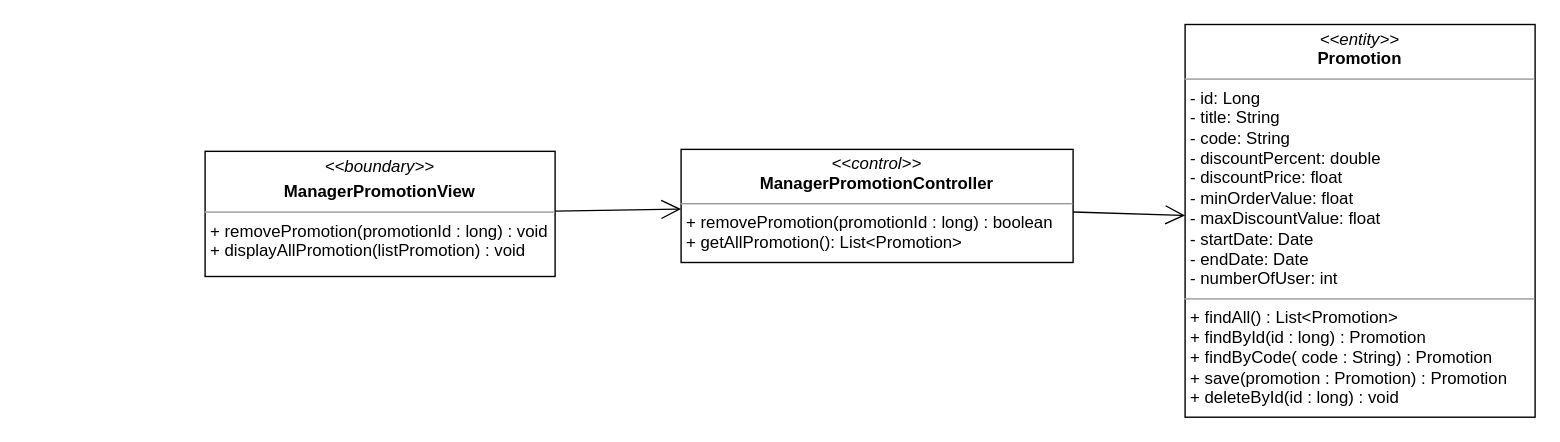
nguyenphamvan/datn_20202 keeps this draw.io diagram as class diagram/remove-promotion-class-diagram.drawio. Above is the earlier version. Source tidied: cells renumbered, new cells numbered last; positions are measured from the earlier drawing's top-left corner, leaving out a move shared by most shapes. Both pictures are drawn from the tidied source at 140%, with x=0, y=0 at pixel (204, 24).
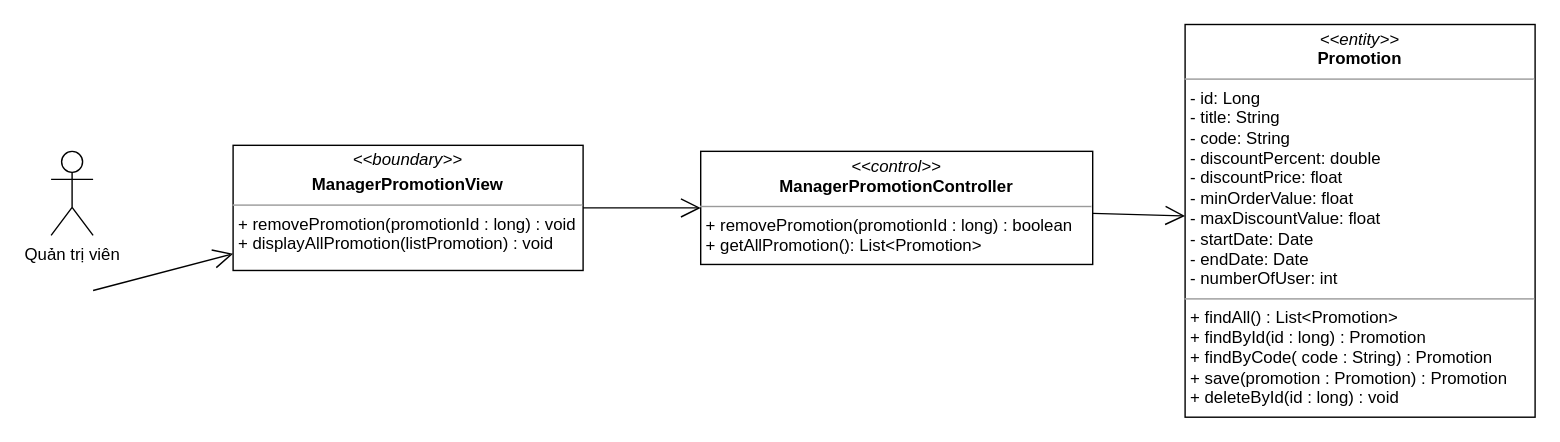
The same diagram, later.

The edit, as a diff of the source:
```diff
@@
 <mxGraphModel>
   <root>
     <mxCell id="0" />
     <mxCell id="1" parent="0" />
     <mxCell id="2" value="&lt;p style=&quot;margin: 0px ; margin-top: 4px ; text-align: center&quot;&gt;&lt;i&gt;&amp;lt;&amp;lt;control&amp;gt;&amp;gt;&lt;/i&gt;&lt;br&gt;&lt;b&gt;ManagerPromotionController&lt;/b&gt;&lt;/p&gt;&lt;hr size=&quot;1&quot;&gt;&lt;p style=&quot;margin: 0px ; margin-left: 4px&quot;&gt;+ removePromotion(promotionId : long) : boolean&lt;br&gt;&lt;/p&gt;&lt;p style=&quot;margin: 0px ; margin-left: 4px&quot;&gt;+ getAllPromotion(): List&amp;lt;Promotion&amp;gt;&lt;br&gt;&lt;/p&gt;" style="verticalAlign=top;align=left;overflow=fill;fontSize=12;fontFamily=Helvetica;html=1;" parent="1" vertex="1">
-      <mxGeometry x="340" y="89.2" width="280" height="80.8" as="geometry" />
+      <mxGeometry x="354" y="90.6" width="280" height="80.8" as="geometry" />
     </mxCell>
     <mxCell id="3" style="endArrow=open;endFill=1;endSize=12;html=1;" parent="1" edge="1" source="2" target="4">
       <mxGeometry relative="1" as="geometry" />
     </mxCell>
     <mxCell id="4" value="&lt;p style=&quot;margin: 0px ; margin-top: 4px ; text-align: center&quot;&gt;&lt;i&gt;&amp;lt;&amp;lt;entity&amp;gt;&amp;gt;&lt;/i&gt;&lt;br&gt;&lt;b&gt;Promotion&lt;/b&gt;&lt;/p&gt;&lt;hr size=&quot;1&quot;&gt;&lt;p style=&quot;margin: 0px ; margin-left: 4px&quot;&gt;- id: Long&lt;/p&gt;&lt;p style=&quot;margin: 0px 0px 0px 4px&quot;&gt;- title: String&lt;br&gt;- code: String&lt;/p&gt;&lt;p style=&quot;margin: 0px 0px 0px 4px&quot;&gt;- discountPercent: double&lt;/p&gt;&lt;p style=&quot;margin: 0px 0px 0px 4px&quot;&gt;- discountPrice: float&lt;/p&gt;&lt;p style=&quot;margin: 0px 0px 0px 4px&quot;&gt;- minOrderValue: float&lt;/p&gt;&lt;p style=&quot;margin: 0px 0px 0px 4px&quot;&gt;- maxDiscountValue: float&lt;/p&gt;&lt;p style=&quot;margin: 0px 0px 0px 4px&quot;&gt;- startDate: Date&lt;/p&gt;&lt;p style=&quot;margin: 0px 0px 0px 4px&quot;&gt;- endDate: Date&lt;/p&gt;&lt;p style=&quot;margin: 0px 0px 0px 4px&quot;&gt;- numberOfUser: int&lt;span&gt;&amp;nbsp;&lt;/span&gt;&lt;/p&gt;&lt;hr size=&quot;1&quot;&gt;&lt;p style=&quot;margin: 0px 0px 0px 4px&quot;&gt;+ findAll() : List&amp;lt;Promotion&amp;gt;&lt;/p&gt;&lt;p style=&quot;margin: 0px 0px 0px 4px&quot;&gt;+ findById(id : long) : Promotion&lt;/p&gt;&lt;p style=&quot;margin: 0px 0px 0px 4px&quot;&gt;+ findByCode( code : String) : Promotion&lt;/p&gt;&lt;p style=&quot;margin: 0px 0px 0px 4px&quot;&gt;+ save(promotion : Promotion) : Promotion&lt;/p&gt;&lt;p style=&quot;margin: 0px 0px 0px 4px&quot;&gt;+ deleteById(id : long) : void&lt;/p&gt;" style="verticalAlign=top;align=left;overflow=fill;fontSize=12;fontFamily=Helvetica;html=1;" parent="1" vertex="1">
       <mxGeometry x="700" width="250" height="280.5" as="geometry" />
     </mxCell>
     <mxCell id="5" value="&lt;p style=&quot;margin: 0px ; margin-top: 4px ; text-align: center&quot;&gt;&lt;i&gt;&amp;lt;&amp;lt;boundary&amp;gt;&amp;gt;&lt;/i&gt;&lt;/p&gt;&lt;p style=&quot;margin: 0px ; margin-top: 4px ; text-align: center&quot;&gt;&lt;b&gt;ManagerPromotionView&lt;/b&gt;&lt;/p&gt;&lt;hr size=&quot;1&quot;&gt;&lt;p style=&quot;margin: 0px ; margin-left: 4px&quot;&gt;&lt;span&gt;+ removePromotion(promotionId : long) : void&lt;/span&gt;&lt;/p&gt;&lt;p style=&quot;margin: 0px ; margin-left: 4px&quot;&gt;+ displayAllPromotion(listPromotion) : void&lt;span&gt;&lt;br&gt;&lt;/span&gt;&lt;/p&gt;" style="verticalAlign=top;align=left;overflow=fill;fontSize=12;fontFamily=Helvetica;html=1;" parent="1" vertex="1">
-      <mxGeometry y="90.6" width="250" height="89.4" as="geometry" />
+      <mxGeometry x="20" y="86.3" width="250" height="89.4" as="geometry" />
     </mxCell>
     <mxCell id="6" style="endArrow=open;endFill=1;endSize=12;html=1;" parent="1" edge="1" source="5" target="2">
       <mxGeometry relative="1" as="geometry" />
     </mxCell>
+    <mxCell id="7" value="Quản trị viên" style="shape=umlActor;verticalLabelPosition=bottom;verticalAlign=top;html=1;" parent="1" vertex="1">
+      <mxGeometry x="-110" y="90.6" width="30" height="60" as="geometry" />
+    </mxCell>
+    <mxCell id="8" style="endArrow=open;endFill=1;endSize=12;html=1;" parent="1" edge="1" target="5">
+      <mxGeometry relative="1" as="geometry">
+        <mxPoint x="-80" y="190" as="sourcePoint" />
+      </mxGeometry>
+    </mxCell>
   </root>
 </mxGraphModel>
```
